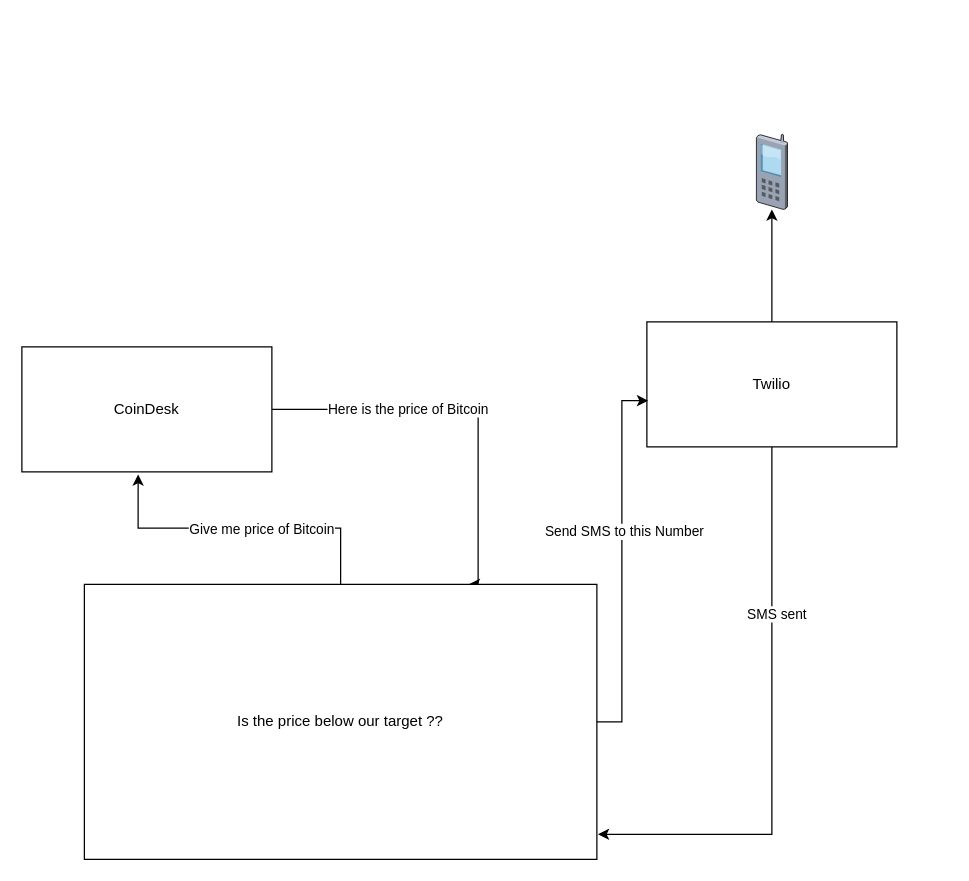
This is Crypto Alert.drawio from aadarshadhakalg/aadarshadhakalg, a draw.io file, before an edit. Source tidied: cells renumbered, new cells numbered last; positions are measured from the earlier drawing's top-left corner, leaving out a move shared by most shapes. Both pictures are drawn from the tidied source at 125%, with x=0, y=0 at pixel (21, 134).
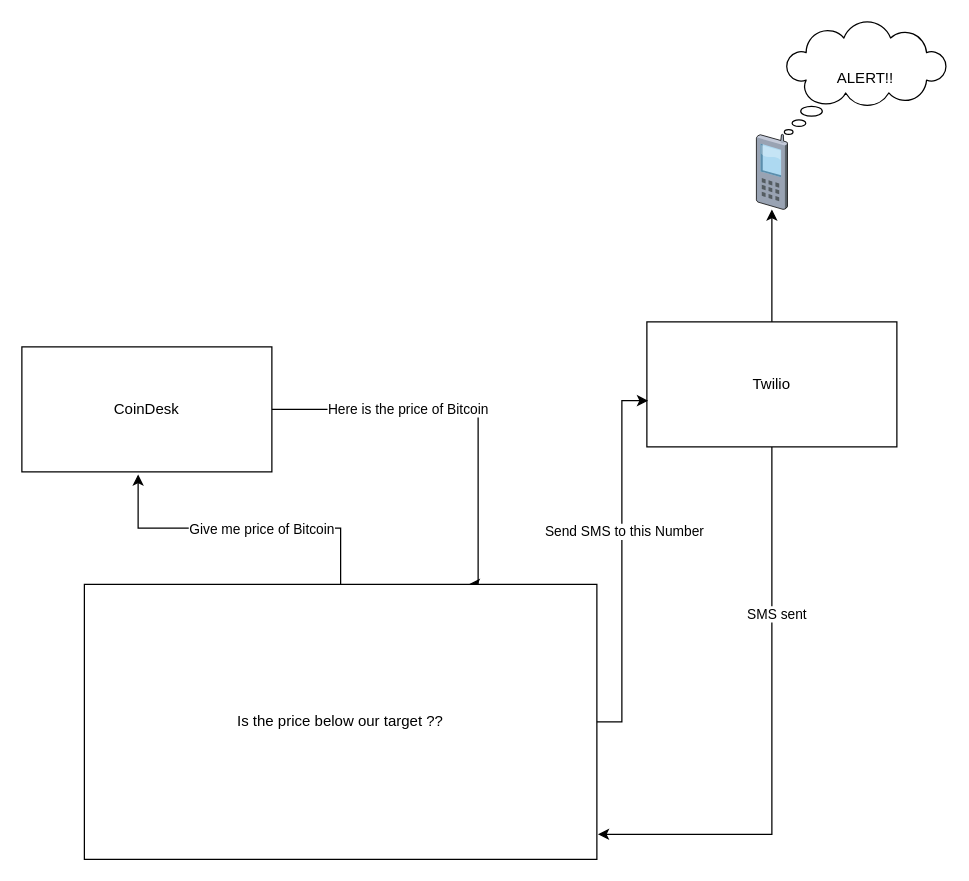
The same page after the edit.

The edit, as a diff of the source:
```diff
@@
 <mxGraphModel>
   <root>
     <mxCell id="0" />
     <mxCell id="1" parent="0" />
     <mxCell id="2" style="edgeStyle=orthogonalEdgeStyle;rounded=0;jettySize=auto;html=1;" parent="1" edge="1" source="3" target="14">
       <mxGeometry relative="1" as="geometry" />
     </mxCell>
     <mxCell id="3" value="Twilio" style="rounded=0;whiteSpace=wrap;html=1;" parent="1" vertex="1">
       <mxGeometry x="500" y="150" width="200" height="100" as="geometry" />
     </mxCell>
     <mxCell id="4" style="edgeStyle=orthogonalEdgeStyle;rounded=0;jettySize=auto;html=1;entryX=0.75;entryY=0;entryDx=0;entryDy=0;" parent="1" edge="1" source="6" target="7">
       <mxGeometry relative="1" as="geometry">
         <Array as="points">
           <mxPoint x="365" y="220" />
         </Array>
       </mxGeometry>
     </mxCell>
     <mxCell id="5" value="Here is the price of Bitcoin" style="edgeLabel;html=1;align=center;verticalAlign=middle;" parent="4" vertex="1">
       <mxGeometry x="-0.31" y="1" relative="1" as="geometry" />
     </mxCell>
     <mxCell id="6" value="CoinDesk" style="rounded=0;whiteSpace=wrap;html=1;" parent="1" vertex="1">
       <mxGeometry y="170" width="200" height="100" as="geometry" />
     </mxCell>
     <mxCell id="7" value="Is the price below our target ??" style="rounded=0;whiteSpace=wrap;html=1;" parent="1" vertex="1">
       <mxGeometry x="50" y="360" width="410" height="220" as="geometry" />
     </mxCell>
     <mxCell id="8" style="edgeStyle=orthogonalEdgeStyle;rounded=0;jettySize=auto;html=1;entryX=0.465;entryY=1.02;entryDx=0;entryDy=0;entryPerimeter=0;" parent="1" edge="1" source="7" target="6">
       <mxGeometry relative="1" as="geometry" />
     </mxCell>
     <mxCell id="9" value="Give me price of Bitcoin" style="edgeLabel;html=1;align=center;verticalAlign=middle;" parent="8" vertex="1">
       <mxGeometry x="-0.13" relative="1" as="geometry" />
     </mxCell>
     <mxCell id="10" style="edgeStyle=orthogonalEdgeStyle;rounded=0;jettySize=auto;html=1;entryX=0.005;entryY=0.63;entryDx=0;entryDy=0;entryPerimeter=0;" parent="1" edge="1" source="7" target="3">
       <mxGeometry relative="1" as="geometry" />
     </mxCell>
     <mxCell id="11" value="Send SMS to this Number" style="edgeLabel;html=1;align=center;verticalAlign=middle;" parent="10" vertex="1">
       <mxGeometry x="0.16" y="-1" relative="1" as="geometry" />
     </mxCell>
     <mxCell id="12" style="edgeStyle=orthogonalEdgeStyle;rounded=0;jettySize=auto;html=1;entryX=1.002;entryY=0.909;entryDx=0;entryDy=0;entryPerimeter=0;" parent="1" edge="1" source="3" target="7">
       <mxGeometry relative="1" as="geometry">
         <Array as="points">
           <mxPoint x="600" y="560" />
         </Array>
       </mxGeometry>
     </mxCell>
     <mxCell id="13" value="SMS sent" style="edgeLabel;html=1;align=center;verticalAlign=middle;" parent="12" vertex="1">
       <mxGeometry x="-0.41" y="3" relative="1" as="geometry" />
     </mxCell>
     <mxCell id="14" style="verticalLabelPosition=bottom;sketch=0;html=1;verticalAlign=top;strokeColor=none;align=center;outlineConnect=0;shape=mxgraph.citrix.cell_phone;" parent="1" vertex="1">
       <mxGeometry x="587.5" width="25" height="60" as="geometry" />
     </mxCell>
+    <mxCell id="15" value="ALERT!!" style="whiteSpace=wrap;html=1;shape=mxgraph.basic.cloud_callout;" parent="1" vertex="1">
+      <mxGeometry x="610" y="-90" width="130" height="90" as="geometry" />
+    </mxCell>
   </root>
 </mxGraphModel>
```
